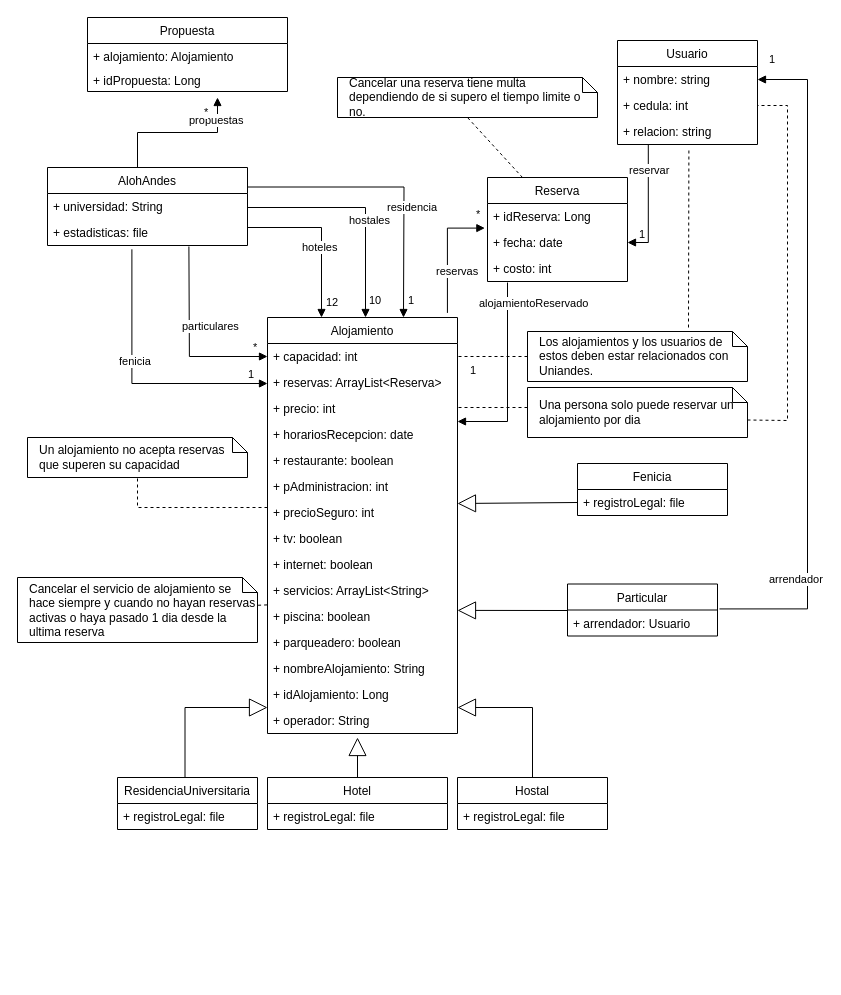
Before: Iteración 1/ModeloConceptual_Iteracion1.drawio in JuanCoronel/SisTrans-Group, a draw.io diagram. Source tidied: cells renumbered, new cells numbered last; positions are measured from the earlier drawing's top-left corner, leaving out a move shared by most shapes. Both pictures are drawn from the tidied source at 100%, with x=0, y=0 at pixel (17, 17).
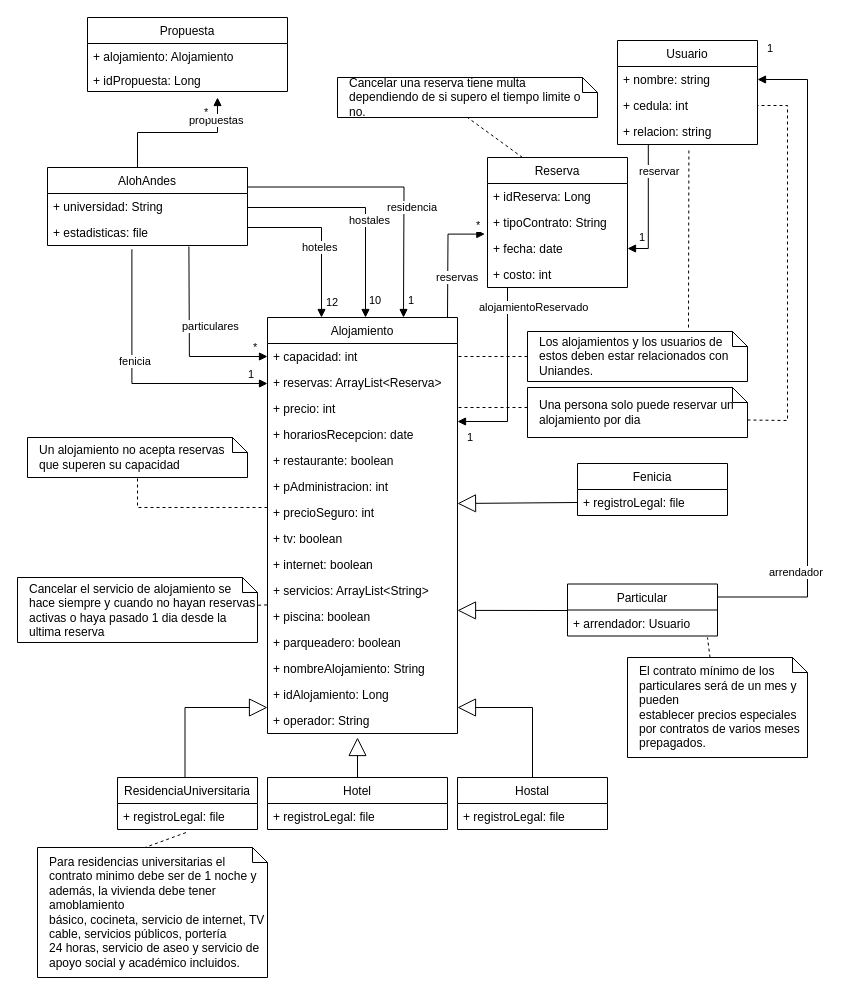
Above is the later version.

The change refers to these unchanged cells:
```xml
<mxCell id="10" value="+ registroLegal: file" style="text;strokeColor=none;fillColor=none;align=left;verticalAlign=top;spacingLeft=4;spacingRight=4;overflow=hidden;points=[[0,0.5],[1,0.5]];portConstraint=eastwest;" parent="9" vertex="1">
  <mxGeometry y="26" width="140" height="26" as="geometry" />
</mxCell>
<mxCell id="11" value="Alojamiento" style="swimlane;fontStyle=0;horizontal=1;startSize=26;fillColor=none;" parent="1" vertex="1">
  <mxGeometry x="250" y="300" width="190" height="416" as="geometry" />
</mxCell>
<mxCell id="30" value="+ nombre: string" style="text;strokeColor=none;fillColor=none;align=left;verticalAlign=top;spacingLeft=4;spacingRight=4;overflow=hidden;points=[[0,0.5],[1,0.5]];portConstraint=eastwest;" parent="29" vertex="1">
  <mxGeometry y="26" width="140" height="26" as="geometry" />
</mxCell>
<mxCell id="32" value="+ relacion: string" style="text;strokeColor=none;fillColor=none;align=left;verticalAlign=top;spacingLeft=4;spacingRight=4;overflow=hidden;points=[[0,0.5],[1,0.5]];portConstraint=eastwest;" parent="29" vertex="1">
  <mxGeometry y="78" width="140" height="26" as="geometry" />
</mxCell>
<mxCell id="68" value="Particular" style="swimlane;fontStyle=0;horizontal=1;startSize=26;fillColor=none;" parent="1" vertex="1">
  <mxGeometry x="550" y="566.5" width="150" height="52" as="geometry" />
</mxCell>
<mxCell id="69" value="+ arrendador: Usuario" style="text;strokeColor=none;fillColor=none;align=left;verticalAlign=top;spacingLeft=4;spacingRight=4;overflow=hidden;points=[[0,0.5],[1,0.5]];portConstraint=eastwest;" parent="68" vertex="1">
  <mxGeometry y="26" width="150" height="26" as="geometry" />
</mxCell>
```

What changed in the source:
```diff
@@
     <mxCell id="48" value="Reserva" style="swimlane;fontStyle=0;horizontal=1;startSize=26;fillColor=none;" parent="1" vertex="1">
-      <mxGeometry x="470" y="160" width="140" height="104" as="geometry" />
+      <mxGeometry x="470" y="140" width="140" height="130" as="geometry" />
     </mxCell>
@@
+    <mxCell id="79" value="+ tipoContrato: String" style="text;strokeColor=none;fillColor=none;align=left;verticalAlign=top;spacingLeft=4;spacingRight=4;overflow=hidden;" parent="48" vertex="1">
+      <mxGeometry y="52" width="140" height="26" as="geometry" />
+    </mxCell>
     <mxCell id="50" value="+ fecha: date" style="text;strokeColor=none;fillColor=none;align=left;verticalAlign=top;spacingLeft=4;spacingRight=4;overflow=hidden;points=[[0,0.5],[1,0.5]];portConstraint=eastwest;" parent="48" vertex="1">
-      <mxGeometry y="52" width="140" height="26" as="geometry" />
+      <mxGeometry y="78" width="140" height="26" as="geometry" />
     </mxCell>
     <mxCell id="51" value="+ costo: int" style="text;strokeColor=none;fillColor=none;align=left;verticalAlign=top;spacingLeft=4;spacingRight=4;overflow=hidden;" parent="48" vertex="1">
-      <mxGeometry y="78" width="140" height="26" as="geometry" />
+      <mxGeometry y="104" width="140" height="26" as="geometry" />
     </mxCell>
     <mxCell id="52" value="reservar" style="endArrow=block;endFill=1;html=1;edgeStyle=orthogonalEdgeStyle;align=left;verticalAlign=top;rounded=0;exitX=0.22;exitY=1.002;exitDx=0;exitDy=0;exitPerimeter=0;entryX=1;entryY=0.5;entryDx=0;entryDy=0;" parent="1" edge="1" source="32" target="50">
-      <mxGeometry x="-0.78" y="-21" relative="1" as="geometry" />
+      <mxGeometry x="-0.77" y="-11" relative="1" as="geometry" />
     </mxCell>
     <mxCell id="53" value="1" style="edgeLabel;html=1;align=left;verticalAlign=bottom;" parent="52" vertex="1">
       <mxGeometry x="-1" relative="1" as="geometry">
-        <mxPoint x="-11" y="98" as="offset" />
+        <mxPoint x="-11" y="101" as="offset" />
       </mxGeometry>
     </mxCell>
     <mxCell id="54" value="alojamientoReservado" style="endArrow=block;endFill=1;html=1;edgeStyle=orthogonalEdgeStyle;align=left;verticalAlign=top;rounded=0;entryX=1;entryY=0.25;entryDx=0;entryDy=0;" parent="1" edge="1" target="11">
       <mxGeometry x="-0.92" y="-30" relative="1" as="geometry">
-        <mxPoint x="490" y="265" as="sourcePoint" />
+        <mxPoint x="490" y="270" as="sourcePoint" />
         <Array as="points">
-          <mxPoint x="490" y="265" />
-          <mxPoint x="490" y="326" />
+          <mxPoint x="490" y="404" />
         </Array>
       </mxGeometry>
     </mxCell>
     <mxCell id="55" value="1" style="edgeLabel;html=1;align=left;verticalAlign=bottom;" parent="54" vertex="1">
       <mxGeometry x="-1" relative="1" as="geometry">
-        <mxPoint x="-39" y="96" as="offset" />
+        <mxPoint x="-42" y="158" as="offset" />
       </mxGeometry>
     </mxCell>
-    <mxCell id="56" value="reservas" style="endArrow=block;endFill=1;html=1;edgeStyle=orthogonalEdgeStyle;align=left;verticalAlign=top;rounded=0;entryX=-0.019;entryY=-0.054;entryDx=0;entryDy=0;entryPerimeter=0;exitX=0.947;exitY=-0.011;exitDx=0;exitDy=0;exitPerimeter=0;" parent="1" edge="1" source="11" target="50">
-      <mxGeometry x="-0.12" y="13" relative="1" as="geometry" />
+    <mxCell id="56" value="reservas" style="endArrow=block;endFill=1;html=1;edgeStyle=orthogonalEdgeStyle;align=left;verticalAlign=top;rounded=0;entryX=-0.019;entryY=-0.054;entryDx=0;entryDy=0;entryPerimeter=0;" parent="1" edge="1" target="50">
+      <mxGeometry x="-0.12" y="13" relative="1" as="geometry">
+        <mxPoint x="430" y="300" as="sourcePoint" />
+      </mxGeometry>
     </mxCell>
     <mxCell id="57" value="*" style="edgeLabel;html=1;align=left;verticalAlign=bottom;" parent="56" vertex="1">
       <mxGeometry x="-1" relative="1" as="geometry">
-        <mxPoint x="27" y="-90" as="offset" />
+        <mxPoint x="27" y="-84" as="offset" />
       </mxGeometry>
     </mxCell>
@@
-    <mxCell id="73" value="arrendador" style="endArrow=block;endFill=1;html=1;edgeStyle=orthogonalEdgeStyle;align=left;verticalAlign=top;rounded=0;exitX=1.013;exitY=-0.041;exitDx=0;exitDy=0;exitPerimeter=0;entryX=1;entryY=0.5;entryDx=0;entryDy=0;" parent="1" edge="1" source="69" target="30">
+    <mxCell id="73" value="arrendador" style="endArrow=block;endFill=1;html=1;edgeStyle=orthogonalEdgeStyle;align=left;verticalAlign=top;rounded=0;exitX=1;exitY=0.25;exitDx=0;exitDy=0;entryX=1;entryY=0.5;entryDx=0;entryDy=0;" parent="1" edge="1" source="68" target="30">
       <mxGeometry x="-0.61" y="40" relative="1" as="geometry">
         <Array as="points">
-          <mxPoint x="790" y="591" />
+          <mxPoint x="790" y="580" />
           <mxPoint x="790" y="62" />
         </Array>
       </mxGeometry>
     </mxCell>
@@
+    <mxCell id="80" value="El contrato mínimo de los particulares será de un mes y pueden&lt;br/&gt;establecer precios especiales por contratos de varios meses prepagados." style="shape=note;size=15;align=left;spacingLeft=10;html=1;whiteSpace=wrap;" parent="1" vertex="1">
+      <mxGeometry x="610" y="640" width="180" height="100" as="geometry" />
+    </mxCell>
+    <mxCell id="81" style="edgeStyle=none;endArrow=none;dashed=1;html=1;rounded=0;exitX=0;exitY=0;exitDx=82.5;exitDy=0;exitPerimeter=0;" parent="1" edge="1" source="80">
+      <mxGeometry relative="1" as="geometry">
+        <mxPoint x="690" y="620" as="targetPoint" />
+      </mxGeometry>
+    </mxCell>
+    <mxCell id="82" value="Para residencias universitarias el contrato minimo debe ser de 1 noche y además, la vivienda debe tener amoblamiento&lt;br&gt;básico, cocineta, servicio de internet, TV cable, servicios públicos, portería&lt;br&gt;24 horas, servicio de aseo y servicio de apoyo social y académico incluidos." style="shape=note;size=15;align=left;spacingLeft=10;html=1;whiteSpace=wrap;" parent="1" vertex="1">
+      <mxGeometry x="20" y="830" width="230" height="130" as="geometry" />
+    </mxCell>
+    <mxCell id="83" style="edgeStyle=none;endArrow=none;dashed=1;html=1;rounded=0;entryX=0;entryY=0;entryDx=107.5;entryDy=0;entryPerimeter=0;exitX=0.489;exitY=1.118;exitDx=0;exitDy=0;exitPerimeter=0;" parent="1" edge="1" source="10" target="82">
+      <mxGeometry relative="1" as="geometry" />
+    </mxCell>
```
